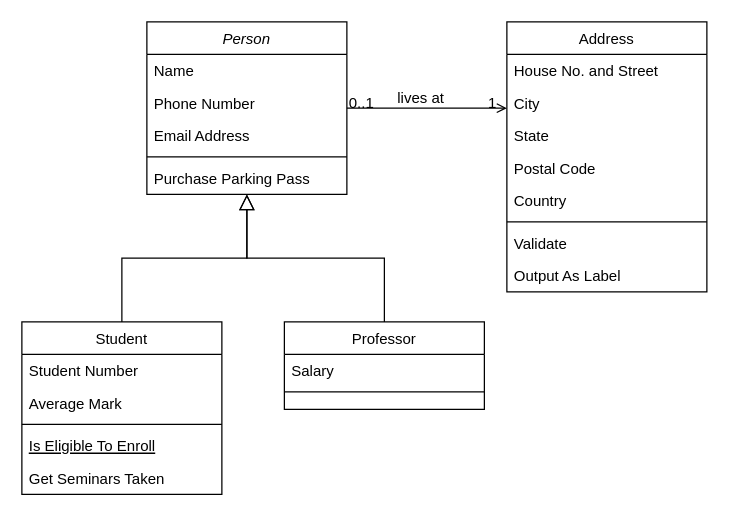
Earlier version of the draw.io diagram Untitled Diagram.drawio (sliu750/sliu750). Source tidied: cells renumbered, new cells numbered last; positions are measured from the earlier drawing's top-left corner, leaving out a move shared by most shapes. Both pictures are drawn from the tidied source at 125%, with x=0, y=0 at pixel (21, 21).
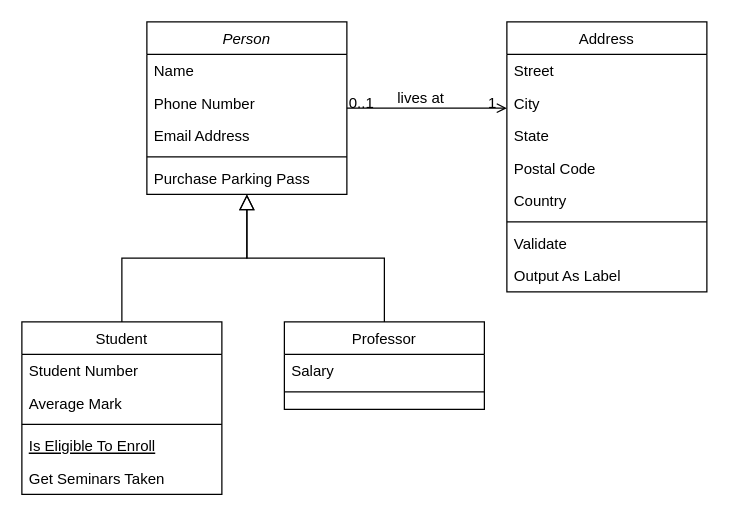
After the change.

Unchanged cells that the change refers to:
```xml
<mxCell id="19" value="Address" style="swimlane;fontStyle=0;align=center;verticalAlign=top;horizontal=1;startSize=26;rounded=0;shadow=0;strokeWidth=1;" parent="1" vertex="1">
  <mxGeometry x="388" width="160" height="216" as="geometry" />
</mxCell>
```

What changed in the source:
```diff
@@
-    <mxCell id="20" value="House No. and Street&#10;" style="text;align=left;verticalAlign=top;spacingLeft=4;spacingRight=4;overflow=hidden;" parent="19" vertex="1">
+    <mxCell id="20" value="Street" style="text;align=left;verticalAlign=top;spacingLeft=4;spacingRight=4;overflow=hidden;" parent="19" vertex="1">
       <mxGeometry y="26" width="160" height="26" as="geometry" />
     </mxCell>
```
